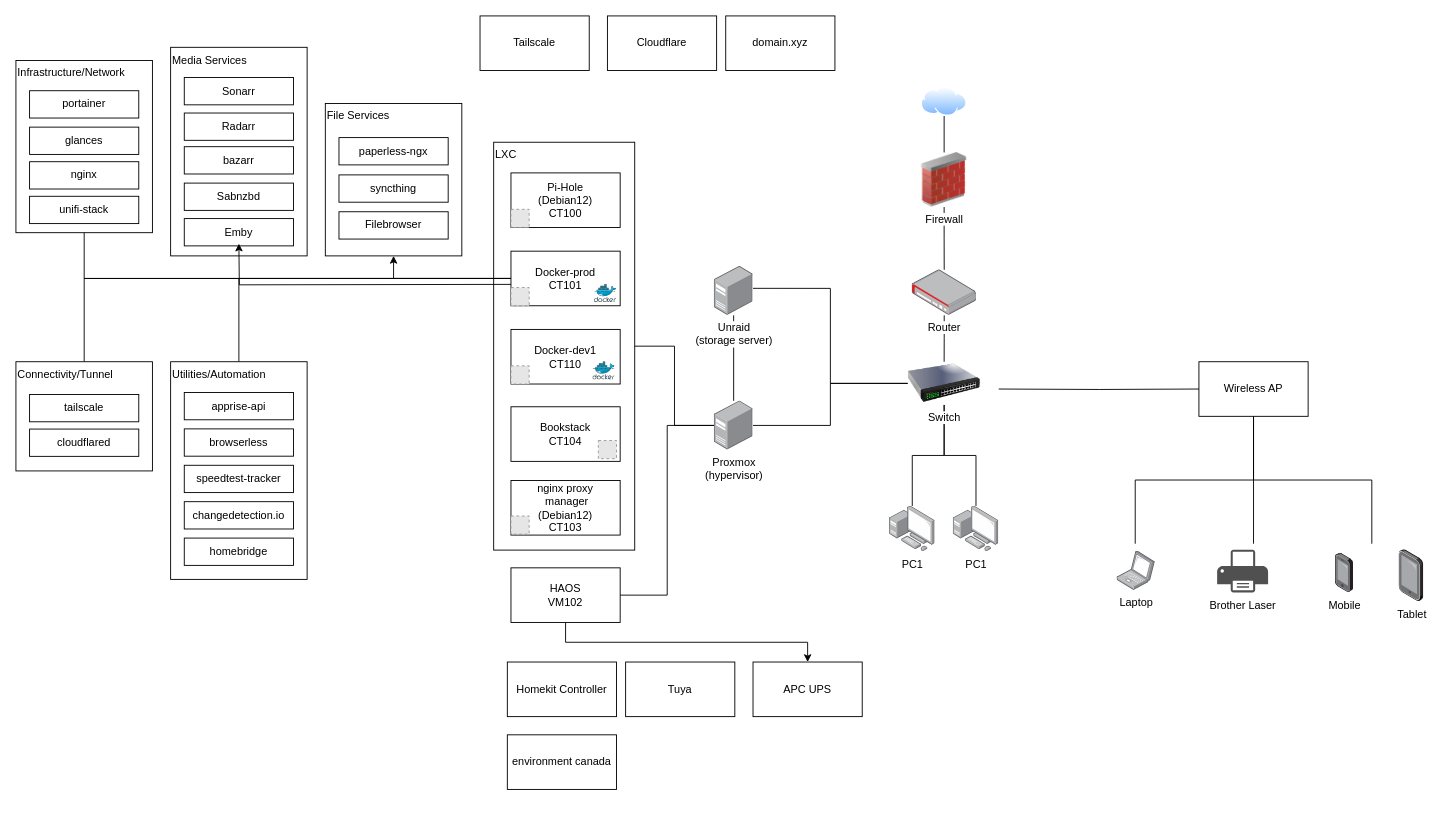
danieljai/homelab keeps this draw.io diagram as 92king_homelab.drawio. Above is the earlier version. Source tidied: cells renumbered, new cells numbered last; positions are measured from the earlier drawing's top-left corner, leaving out a move shared by most shapes. Both pictures are drawn from the tidied source at 91%, with x=0, y=0 at pixel (15, 15). Pictures stored in the file or linked from it are replaced by grey dashed boxes.
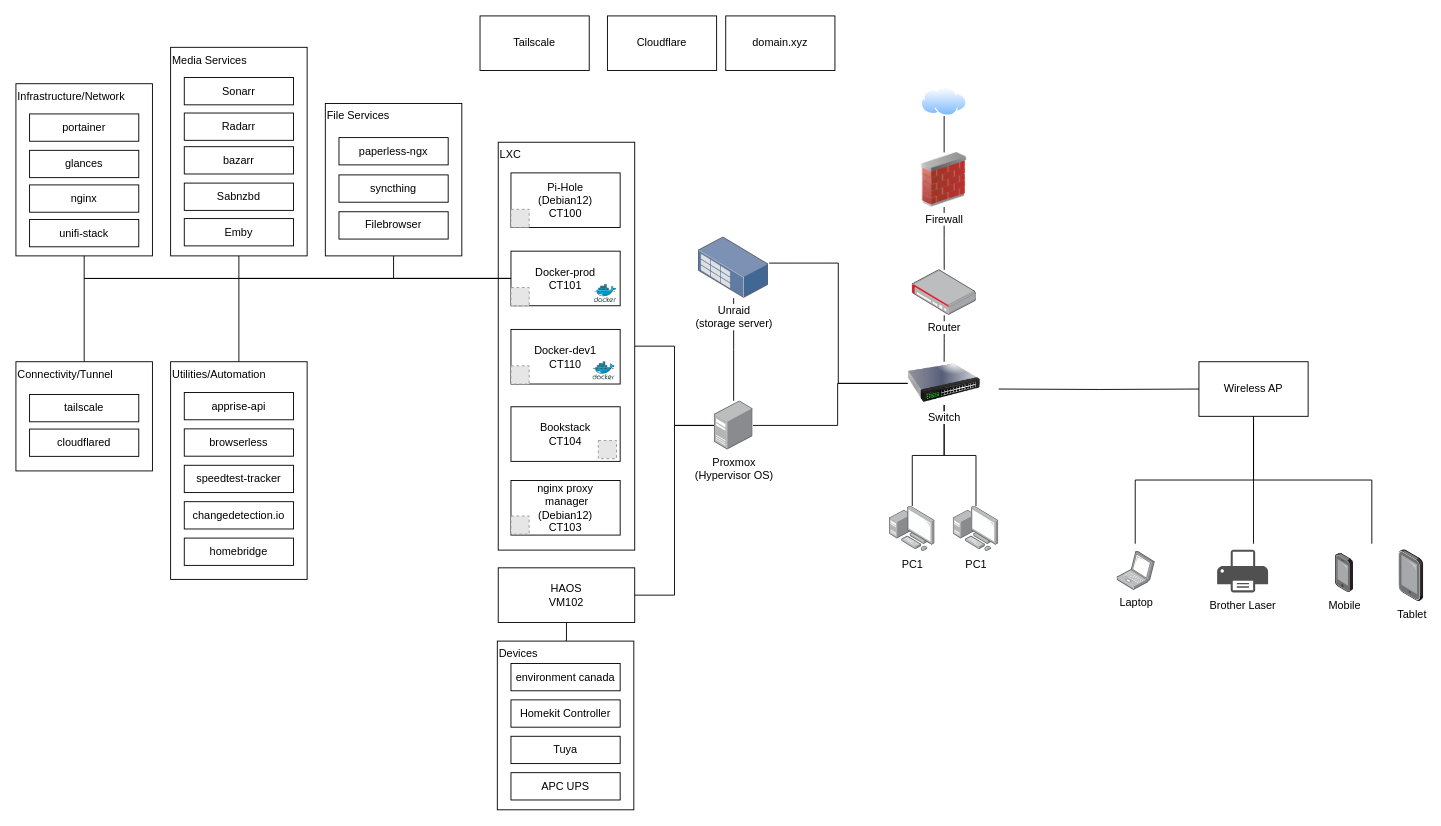
Above is the later version.

The change refers to these unchanged cells:
```xml
<mxCell id="12" value="Docker-prod&lt;div&gt;&lt;div&gt;CT101&lt;/div&gt;&lt;/div&gt;" style="rounded=0;whiteSpace=wrap;html=1;" parent="1" vertex="1">
  <mxGeometry x="544" y="258.5" width="120" height="60" as="geometry" />
</mxCell>
<mxCell id="34" value="Switch" style="image;html=1;image=img/lib/clip_art/networking/Switch_128x128.png;" parent="1" vertex="1">
  <mxGeometry x="980" y="380" width="80" height="47.5" as="geometry" />
</mxCell>
<mxCell id="42" value="Media Services" style="rounded=0;whiteSpace=wrap;html=1;align=left;verticalAlign=top;" parent="41" vertex="1">
  <mxGeometry width="150" height="229.2" as="geometry" />
</mxCell>
<mxCell id="66" value="File Services" style="rounded=0;whiteSpace=wrap;html=1;align=left;verticalAlign=top;" parent="65" vertex="1">
  <mxGeometry width="150" height="167.5" as="geometry" />
</mxCell>
```

Change to the diagram source:
```diff
@@
     <mxCell id="2" value="LXC" style="rounded=0;whiteSpace=wrap;html=1;align=left;verticalAlign=top;" parent="1" vertex="1">
-      <mxGeometry x="525" y="138.8" width="155" height="448.2" as="geometry" />
+      <mxGeometry x="530" y="138.8" width="150" height="448.2" as="geometry" />
     </mxCell>
@@
-    <mxCell id="11" style="edgeStyle=orthogonalEdgeStyle;rounded=0;jettySize=auto;html=1;entryX=0.5;entryY=1;entryDx=0;entryDy=0;" parent="1" edge="1" source="12" target="66">
+    <mxCell id="11" style="edgeStyle=orthogonalEdgeStyle;rounded=0;jettySize=auto;html=1;entryX=0.5;entryY=1;entryDx=0;entryDy=0;endArrow=none;startFill=0;" parent="1" edge="1" source="12" target="66">
       <mxGeometry relative="1" as="geometry" />
     </mxCell>
+    <mxCell id="85" style="edgeStyle=orthogonalEdgeStyle;rounded=0;jettySize=auto;html=1;entryX=0.5;entryY=1;entryDx=0;entryDy=0;endArrow=none;startFill=0;" parent="1" edge="1" source="12" target="42">
+      <mxGeometry relative="1" as="geometry" />
+    </mxCell>
@@
-    <mxCell id="13" style="edgeStyle=orthogonalEdgeStyle;rounded=0;jettySize=auto;html=1;exitX=0.5;exitY=1;exitDx=0;exitDy=0;entryX=0.5;entryY=0;entryDx=0;entryDy=0;" parent="1" edge="1" source="14" target="18">
-      <mxGeometry relative="1" as="geometry" />
-    </mxCell>
+    <mxCell id="86" style="edgeStyle=orthogonalEdgeStyle;rounded=0;jettySize=auto;html=1;entryX=0.5;entryY=0;entryDx=0;entryDy=0;endArrow=none;startFill=0;" parent="1" edge="1" source="14" target="88">
+      <mxGeometry relative="1" as="geometry" />
+    </mxCell>
     <mxCell id="14" value="HAOS&lt;div&gt;VM102&lt;/div&gt;" style="rounded=0;whiteSpace=wrap;html=1;" parent="1" vertex="1">
-      <mxGeometry x="544" y="606.5" width="120" height="60" as="geometry" />
+      <mxGeometry x="530" y="606.5" width="150" height="60" as="geometry" />
     </mxCell>
@@
-    <mxCell id="18" value="APC UPS" style="rounded=0;whiteSpace=wrap;html=1;" parent="1" vertex="1">
-      <mxGeometry x="810" y="710" width="120" height="60" as="geometry" />
-    </mxCell>
@@
-    <mxCell id="22" value="Tuya" style="rounded=0;whiteSpace=wrap;html=1;" parent="1" vertex="1">
-      <mxGeometry x="670" y="710" width="120" height="60" as="geometry" />
-    </mxCell>
-    <mxCell id="23" value="Homekit Controller" style="rounded=0;whiteSpace=wrap;html=1;" parent="1" vertex="1">
-      <mxGeometry x="540" y="710" width="120" height="60" as="geometry" />
-    </mxCell>
-    <mxCell id="24" value="environment canada" style="rounded=0;whiteSpace=wrap;html=1;" parent="1" vertex="1">
-      <mxGeometry x="540" y="790" width="120" height="60" as="geometry" />
-    </mxCell>
@@
     <mxCell id="33" style="edgeStyle=orthogonalEdgeStyle;rounded=0;jettySize=auto;html=1;endArrow=none;startFill=0;" parent="1" edge="1" source="34" target="83">
-      <mxGeometry relative="1" as="geometry" />
+      <mxGeometry relative="1" as="geometry">
+        <Array as="points">
+          <mxPoint x="903" y="404" />
+          <mxPoint x="903" y="450" />
+        </Array>
+      </mxGeometry>
     </mxCell>
@@
-    <mxCell id="36" style="edgeStyle=orthogonalEdgeStyle;rounded=0;jettySize=auto;html=1;endArrow=none;startFill=0;" parent="1" edge="1" source="37" target="83">
-      <mxGeometry relative="1" as="geometry" />
-    </mxCell>
-    <mxCell id="37" value="Unraid&lt;div&gt;(storage server)&lt;/div&gt;" style="image;points=[];html=1;align=center;shadow=0;dashed=0;image=img/lib/allied_telesis/computer_and_terminals/Server_Desktop.svg;" parent="1" vertex="1">
-      <mxGeometry x="767.4" y="275" width="42.6" height="54" as="geometry" />
-    </mxCell>
@@
     <mxCell id="48" style="group;" parent="1" vertex="1">
-      <mxGeometry y="49" width="150" height="189.2" as="geometry" />
+      <mxGeometry y="74.5" width="150" height="189.2" as="geometry" />
     </mxCell>
@@
-    <mxCell id="75" style="edgeStyle=orthogonalEdgeStyle;rounded=0;orthogonalLoop=1;jettySize=auto;html=1;entryX=0.5;entryY=1;entryDx=0;entryDy=0;" parent="1" edge="1">
-      <mxGeometry relative="1" as="geometry">
-        <mxPoint x="544" y="295" as="sourcePoint" />
-        <mxPoint x="245" y="250.2" as="targetPoint" />
-      </mxGeometry>
-    </mxCell>
@@
-    <mxCell id="83" value="Proxmox&lt;div&gt;(hypervisor)&lt;/div&gt;" style="image;points=[];html=1;align=center;shadow=0;dashed=0;image=img/lib/allied_telesis/computer_and_terminals/Server_Desktop.svg;" parent="1" vertex="1">
+    <mxCell id="83" value="Proxmox&lt;div&gt;(Hypervisor OS)&lt;/div&gt;" style="image;points=[];html=1;align=center;shadow=0;dashed=0;image=img/lib/allied_telesis/computer_and_terminals/Server_Desktop.svg;" parent="1" vertex="1">
       <mxGeometry x="767.4" y="423" width="42.6" height="54" as="geometry" />
     </mxCell>
-    <mxCell id="84" style="edgeStyle=orthogonalEdgeStyle;rounded=0;jettySize=auto;html=1;entryX=1;entryY=0.451;entryDx=0;entryDy=0;entryPerimeter=0;endArrow=none;startFill=0;" parent="1" edge="1" source="34" target="37">
+    <mxCell id="84" style="edgeStyle=orthogonalEdgeStyle;rounded=0;jettySize=auto;html=1;entryX=1.005;entryY=0.426;entryDx=0;entryDy=0;entryPerimeter=0;endArrow=none;startFill=0;" parent="1" edge="1" source="34" target="37">
       <mxGeometry relative="1" as="geometry" />
     </mxCell>
+    <mxCell id="36" style="edgeStyle=orthogonalEdgeStyle;rounded=0;jettySize=auto;html=1;endArrow=none;startFill=0;" parent="1" edge="1" source="37" target="83">
+      <mxGeometry relative="1" as="geometry" />
+    </mxCell>
+    <mxCell id="37" value="Unraid&lt;div&gt;(storage server)&lt;/div&gt;" style="image;points=[];html=1;align=center;shadow=0;dashed=0;image=img/lib/allied_telesis/storage/Datacenter_Server_Rack_Storage_Unit_Small.svg;" parent="1" vertex="1">
+      <mxGeometry x="750" y="243" width="77.4" height="67.2" as="geometry" />
+    </mxCell>
+    <mxCell id="87" style="group;" parent="1" vertex="1">
+      <mxGeometry x="529" y="687" width="150" height="185.4" as="geometry" />
+    </mxCell>
+    <mxCell id="88" value="Devices" style="rounded=0;whiteSpace=wrap;html=1;align=left;verticalAlign=top;" parent="87" vertex="1">
+      <mxGeometry width="150" height="185.4" as="geometry" />
+    </mxCell>
+    <mxCell id="18" value="APC UPS" style="rounded=0;whiteSpace=wrap;html=1;" parent="87" vertex="1">
+      <mxGeometry x="15" y="144.6" width="120" height="30" as="geometry" />
+    </mxCell>
+    <mxCell id="22" value="Tuya" style="rounded=0;whiteSpace=wrap;html=1;" parent="87" vertex="1">
+      <mxGeometry x="15" y="104.6" width="120" height="30" as="geometry" />
+    </mxCell>
+    <mxCell id="23" value="Homekit Controller" style="rounded=0;whiteSpace=wrap;html=1;" parent="87" vertex="1">
+      <mxGeometry x="15" y="64.6" width="120" height="30" as="geometry" />
+    </mxCell>
+    <mxCell id="24" value="environment canada" style="rounded=0;whiteSpace=wrap;html=1;" parent="87" vertex="1">
+      <mxGeometry x="15" y="24.6" width="120" height="30" as="geometry" />
+    </mxCell>
```
